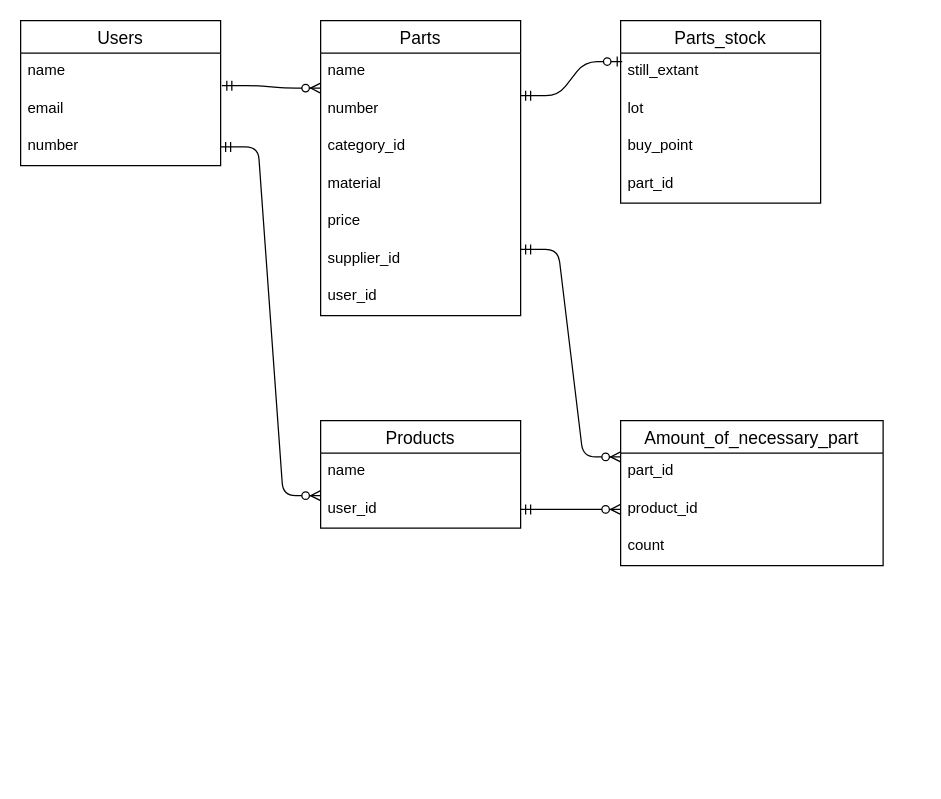
Earlier version of the draw.io diagram er.dio (takayukinm7/zaiko). Source tidied: cells renumbered, new cells numbered last; positions are measured from the earlier drawing's top-left corner, leaving out a move shared by most shapes. Both pictures are drawn from the tidied source at 125%, with x=0, y=0 at pixel (20, 20).
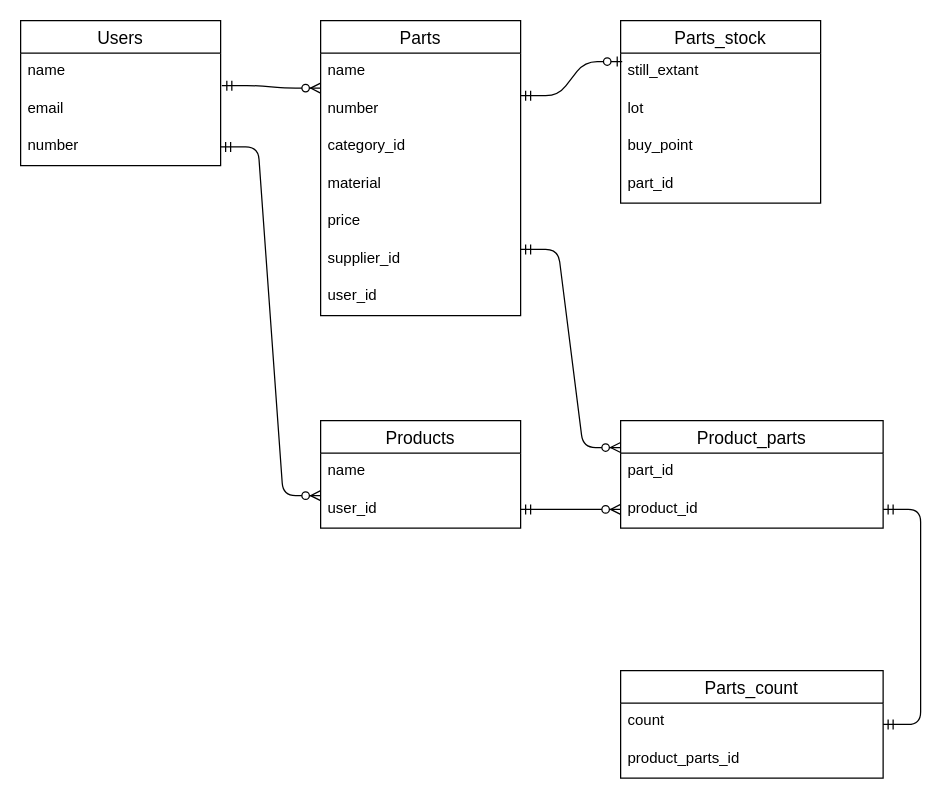
The same diagram, later.

Unchanged cells that the change refers to:
```xml
<mxCell id="27" value="product_id" style="text;strokeColor=none;fillColor=none;spacingLeft=4;spacingRight=4;overflow=hidden;points=[[0,0.5],[1,0.5]];portConstraint=eastwest;fontSize=12;" parent="25" vertex="1">
  <mxGeometry y="56" width="210" height="30" as="geometry" />
</mxCell>
```

Diff of the diagram source:
```diff
@@
-    <mxCell id="25" value="Amount_of_necessary_part" style="swimlane;fontStyle=0;horizontal=1;startSize=26;align=center;fontSize=14;" parent="1" vertex="1">
-      <mxGeometry x="480" y="320" width="210" height="116" as="geometry" />
+    <mxCell id="25" value="Product_parts" style="swimlane;fontStyle=0;horizontal=1;startSize=26;align=center;fontSize=14;" parent="1" vertex="1">
+      <mxGeometry x="480" y="320" width="210" height="86" as="geometry" />
     </mxCell>
@@
-    <mxCell id="28" value="count" style="text;strokeColor=none;fillColor=none;spacingLeft=4;spacingRight=4;overflow=hidden;fontSize=12;" parent="25" vertex="1">
-      <mxGeometry y="86" width="210" height="30" as="geometry" />
-    </mxCell>
@@
+    <mxCell id="31" value="Parts_count" style="swimlane;fontStyle=0;horizontal=1;startSize=26;align=center;fontSize=14;" parent="1" vertex="1">
+      <mxGeometry x="480" y="520" width="210" height="86" as="geometry" />
+    </mxCell>
+    <mxCell id="28" value="count" style="text;strokeColor=none;fillColor=none;spacingLeft=4;spacingRight=4;overflow=hidden;fontSize=12;" parent="31" vertex="1">
+      <mxGeometry y="26" width="210" height="30" as="geometry" />
+    </mxCell>
+    <mxCell id="32" value="product_parts_id" style="text;strokeColor=none;fillColor=none;spacingLeft=4;spacingRight=4;overflow=hidden;fontSize=12;" parent="31" vertex="1">
+      <mxGeometry y="56" width="210" height="30" as="geometry" />
+    </mxCell>
+    <mxCell id="33" style="edgeStyle=entityRelationEdgeStyle;fontSize=12;html=1;endArrow=ERmandOne;startArrow=ERmandOne;exitX=1;exitY=0.5;exitDx=0;exitDy=0;entryX=1;entryY=0.5;entryDx=0;entryDy=0;" parent="1" edge="1" source="31" target="27">
+      <mxGeometry relative="1" as="geometry" />
+    </mxCell>
```
